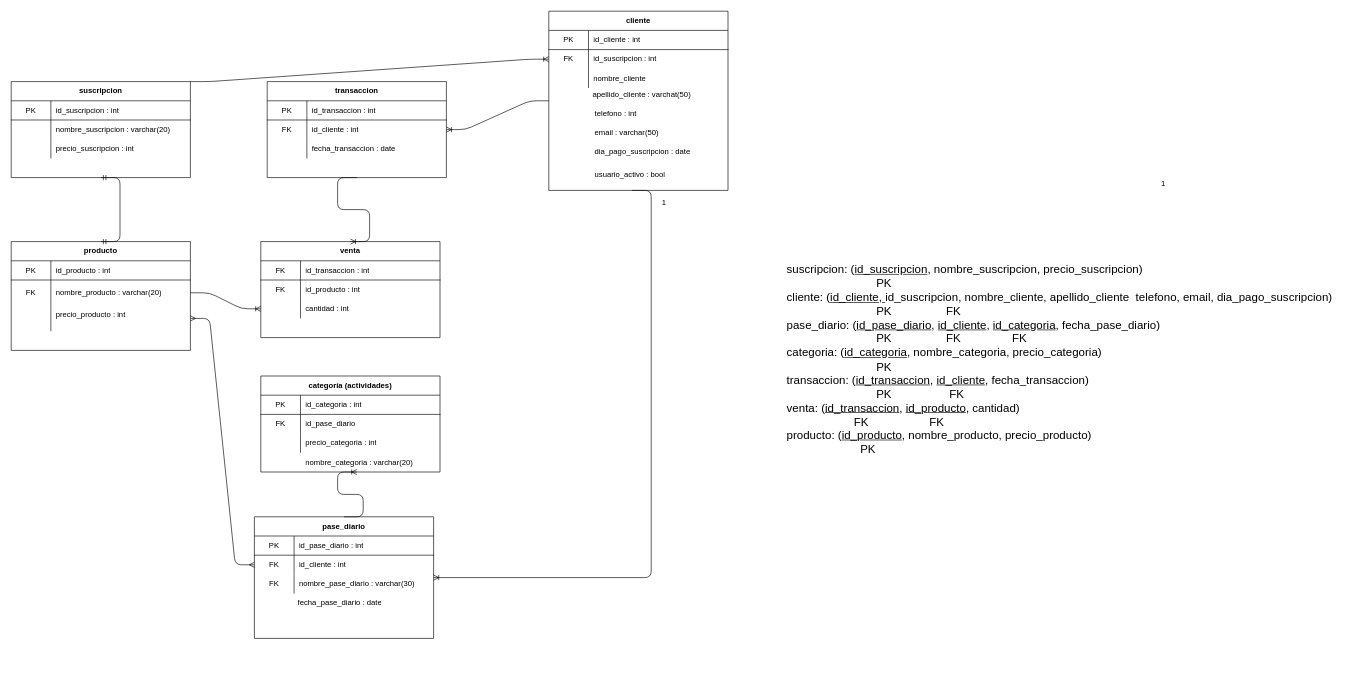
Before: Modelo relacional Grupo4.drawio in rtesga/Talento_grupo4, a draw.io diagram. Source tidied: cells renumbered, new cells numbered last; positions are measured from the earlier drawing's top-left corner, leaving out a move shared by most shapes. Both pictures are drawn from the tidied source at 64%, with x=0, y=0 at pixel (11, 11).
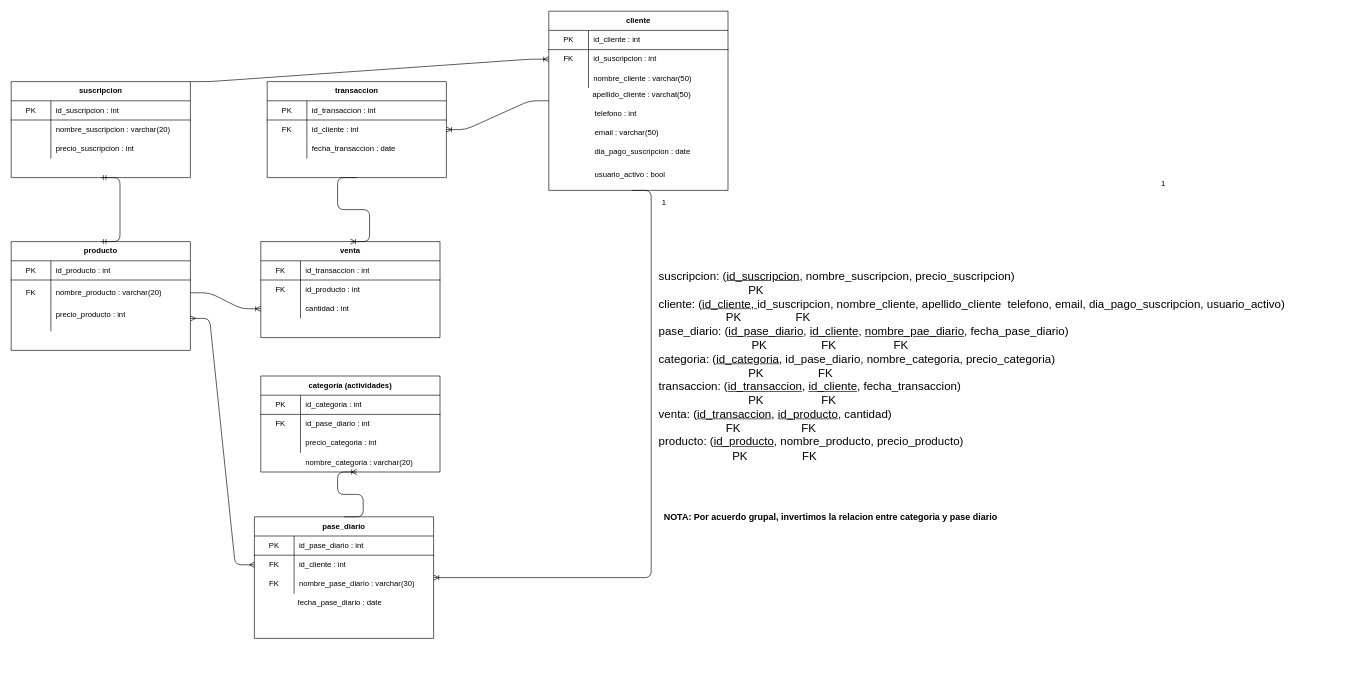
The same diagram, later.

Unchanged cells that the change refers to:
```xml
<mxCell id="22" style="shape=partialRectangle;html=1;whiteSpace=wrap;fillColor=none;top=0;left=0;bottom=0;right=0;" parent="15" vertex="1">
  <mxGeometry y="90" width="280" height="30" as="geometry" />
</mxCell>
<mxCell id="53" style="shape=partialRectangle;html=1;whiteSpace=wrap;fillColor=none;top=0;left=0;bottom=0;right=0;" parent="49" vertex="1">
  <mxGeometry y="60" width="280" height="30" as="geometry" />
</mxCell>
```

The edit, as a diff of the source:
```diff
@@
-    <mxCell id="24" value="nombre_cliente" style="shape=partialRectangle;html=1;whiteSpace=wrap;fillColor=none;top=0;left=0;bottom=0;right=0;align=left;spacingLeft=6;overflow=hidden;" parent="22" vertex="1">
+    <mxCell id="24" value="nombre_cliente : varchar(50)" style="shape=partialRectangle;html=1;whiteSpace=wrap;fillColor=none;top=0;left=0;bottom=0;right=0;align=left;spacingLeft=6;overflow=hidden;" parent="22" vertex="1">
       <mxGeometry x="62" width="218" height="30" as="geometry" />
     </mxCell>
@@
-    <mxCell id="55" value="id_pase_diario" style="shape=partialRectangle;html=1;whiteSpace=wrap;fillColor=none;top=0;left=0;bottom=0;right=0;align=left;spacingLeft=6;overflow=hidden;" parent="53" vertex="1">
+    <mxCell id="55" value="id_pase_diario : int" style="shape=partialRectangle;html=1;whiteSpace=wrap;fillColor=none;top=0;left=0;bottom=0;right=0;align=left;spacingLeft=6;overflow=hidden;" parent="53" vertex="1">
       <mxGeometry x="62" width="218" height="30" as="geometry" />
     </mxCell>
@@
-    <mxCell id="81" value="&lt;font style=&quot;font-size: 18px&quot;&gt;suscripcion: (&lt;u&gt;id_suscripcion&lt;/u&gt;, nombre_suscripcion, precio_suscripcion)&lt;br&gt;&amp;nbsp; &amp;nbsp; &amp;nbsp; &amp;nbsp; &amp;nbsp; &amp;nbsp; &amp;nbsp; &amp;nbsp; &amp;nbsp; &amp;nbsp; &amp;nbsp; &amp;nbsp; &amp;nbsp; &amp;nbsp; PK&lt;br&gt;cliente: (&lt;u&gt;id_cliente, &lt;/u&gt;id_suscripcion, nombre_cliente, apellido_cliente&amp;nbsp; telefono, email, dia_pago_suscripcion)&lt;br&gt;&amp;nbsp; &amp;nbsp; &amp;nbsp; &amp;nbsp; &amp;nbsp; &amp;nbsp; &amp;nbsp; &amp;nbsp; &amp;nbsp; &amp;nbsp; &amp;nbsp; &amp;nbsp; &amp;nbsp; &amp;nbsp; PK&amp;nbsp; &amp;nbsp; &amp;nbsp; &amp;nbsp; &amp;nbsp; &amp;nbsp; &amp;nbsp; &amp;nbsp; &amp;nbsp;FK&lt;br&gt;pase_diario: (&lt;u&gt;id_pase_diario&lt;/u&gt;, &lt;u&gt;id_cliente&lt;/u&gt;, &lt;u&gt;id_categoria&lt;/u&gt;, fecha_pase_diario)&lt;br&gt;&amp;nbsp; &amp;nbsp; &amp;nbsp; &amp;nbsp; &amp;nbsp; &amp;nbsp; &amp;nbsp; &amp;nbsp; &amp;nbsp; &amp;nbsp; &amp;nbsp; &amp;nbsp; &amp;nbsp; &amp;nbsp; PK&amp;nbsp; &amp;nbsp; &amp;nbsp; &amp;nbsp; &amp;nbsp; &amp;nbsp; &amp;nbsp; &amp;nbsp; &amp;nbsp;FK&amp;nbsp; &amp;nbsp; &amp;nbsp; &amp;nbsp; &amp;nbsp; &amp;nbsp; &amp;nbsp; &amp;nbsp; FK&lt;br&gt;categoria: (&lt;u&gt;id_categoria&lt;/u&gt;, nombre_categoria, precio_categoria)&lt;br&gt;&amp;nbsp; &amp;nbsp; &amp;nbsp; &amp;nbsp; &amp;nbsp; &amp;nbsp; &amp;nbsp; &amp;nbsp; &amp;nbsp; &amp;nbsp; &amp;nbsp; &amp;nbsp; &amp;nbsp; &amp;nbsp; PK&lt;br&gt;transaccion: (&lt;u&gt;id_transaccion&lt;/u&gt;, &lt;u&gt;id_cliente&lt;/u&gt;, fecha_transaccion)&lt;br&gt;&amp;nbsp; &amp;nbsp; &amp;nbsp; &amp;nbsp; &amp;nbsp; &amp;nbsp; &amp;nbsp; &amp;nbsp; &amp;nbsp; &amp;nbsp; &amp;nbsp; &amp;nbsp; &amp;nbsp; &amp;nbsp; PK&amp;nbsp; &amp;nbsp; &amp;nbsp; &amp;nbsp; &amp;nbsp; &amp;nbsp; &amp;nbsp; &amp;nbsp; &amp;nbsp; FK&lt;br&gt;venta: (&lt;u&gt;id_transaccion&lt;/u&gt;, &lt;u&gt;id_producto&lt;/u&gt;, cantidad)&lt;br&gt;&amp;nbsp; &amp;nbsp; &amp;nbsp; &amp;nbsp; &amp;nbsp; &amp;nbsp; &amp;nbsp; &amp;nbsp; &amp;nbsp; &amp;nbsp; &amp;nbsp;FK&amp;nbsp; &amp;nbsp; &amp;nbsp; &amp;nbsp; &amp;nbsp; &amp;nbsp; &amp;nbsp; &amp;nbsp; &amp;nbsp; &amp;nbsp;FK&lt;br&gt;producto: (&lt;u&gt;id_producto&lt;/u&gt;, nombre_producto, precio_producto)&lt;br&gt;&amp;nbsp; &amp;nbsp; &amp;nbsp; &amp;nbsp; &amp;nbsp; &amp;nbsp; &amp;nbsp; &amp;nbsp; &amp;nbsp; &amp;nbsp; &amp;nbsp; &amp;nbsp;PK&lt;br&gt;&lt;/font&gt;" style="text;html=1;strokeColor=none;fillColor=none;align=left;verticalAlign=middle;whiteSpace=wrap;rounded=0;" parent="1" vertex="1">
-      <mxGeometry x="1210" y="380" width="870" height="330" as="geometry" />
+    <mxCell id="81" value="&lt;font style=&quot;font-size: 18px&quot;&gt;suscripcion: (&lt;u&gt;id_suscripcion&lt;/u&gt;, nombre_suscripcion, precio_suscripcion)&lt;br&gt;&amp;nbsp; &amp;nbsp; &amp;nbsp; &amp;nbsp; &amp;nbsp; &amp;nbsp; &amp;nbsp; &amp;nbsp; &amp;nbsp; &amp;nbsp; &amp;nbsp; &amp;nbsp; &amp;nbsp; &amp;nbsp; PK&lt;br&gt;cliente: (&lt;u&gt;id_cliente, &lt;/u&gt;id_suscripcion, nombre_cliente, apellido_cliente&amp;nbsp; telefono, email, dia_pago_suscripcion, usuario_activo)&lt;br&gt;&amp;nbsp; &amp;nbsp; &amp;nbsp; &amp;nbsp; &amp;nbsp; &amp;nbsp; &amp;nbsp; &amp;nbsp; &amp;nbsp; &amp;nbsp; &amp;nbsp;PK&amp;nbsp; &amp;nbsp; &amp;nbsp; &amp;nbsp; &amp;nbsp; &amp;nbsp; &amp;nbsp; &amp;nbsp; &amp;nbsp;FK&lt;br&gt;pase_diario: (&lt;u&gt;id_pase_diario&lt;/u&gt;, &lt;u&gt;id_cliente&lt;/u&gt;, &lt;u&gt;nombre_pae_diario&lt;/u&gt;, fecha_pase_diario)&lt;br&gt;&amp;nbsp; &amp;nbsp; &amp;nbsp; &amp;nbsp; &amp;nbsp; &amp;nbsp; &amp;nbsp; &amp;nbsp; &amp;nbsp; &amp;nbsp; &amp;nbsp; &amp;nbsp; &amp;nbsp; &amp;nbsp; &amp;nbsp;PK&amp;nbsp; &amp;nbsp; &amp;nbsp; &amp;nbsp; &amp;nbsp; &amp;nbsp; &amp;nbsp; &amp;nbsp; &amp;nbsp;FK&amp;nbsp; &amp;nbsp; &amp;nbsp; &amp;nbsp; &amp;nbsp; &amp;nbsp; &amp;nbsp; &amp;nbsp; &amp;nbsp; FK&lt;br&gt;categoria: (&lt;u&gt;id_categoria&lt;/u&gt;, id_pase_diario, nombre_categoria, precio_categoria)&lt;br&gt;&amp;nbsp; &amp;nbsp; &amp;nbsp; &amp;nbsp; &amp;nbsp; &amp;nbsp; &amp;nbsp; &amp;nbsp; &amp;nbsp; &amp;nbsp; &amp;nbsp; &amp;nbsp; &amp;nbsp; &amp;nbsp; PK&amp;nbsp; &amp;nbsp; &amp;nbsp; &amp;nbsp; &amp;nbsp; &amp;nbsp; &amp;nbsp; &amp;nbsp; &amp;nbsp;FK&lt;br&gt;transaccion: (&lt;u&gt;id_transaccion&lt;/u&gt;, &lt;u&gt;id_cliente&lt;/u&gt;, fecha_transaccion)&lt;br&gt;&amp;nbsp; &amp;nbsp; &amp;nbsp; &amp;nbsp; &amp;nbsp; &amp;nbsp; &amp;nbsp; &amp;nbsp; &amp;nbsp; &amp;nbsp; &amp;nbsp; &amp;nbsp; &amp;nbsp; &amp;nbsp; PK&amp;nbsp; &amp;nbsp; &amp;nbsp; &amp;nbsp; &amp;nbsp; &amp;nbsp; &amp;nbsp; &amp;nbsp; &amp;nbsp; FK&lt;br&gt;venta: (&lt;u&gt;id_transaccion&lt;/u&gt;, &lt;u&gt;id_producto&lt;/u&gt;, cantidad)&lt;br&gt;&amp;nbsp; &amp;nbsp; &amp;nbsp; &amp;nbsp; &amp;nbsp; &amp;nbsp; &amp;nbsp; &amp;nbsp; &amp;nbsp; &amp;nbsp; &amp;nbsp;FK&amp;nbsp; &amp;nbsp; &amp;nbsp; &amp;nbsp; &amp;nbsp; &amp;nbsp; &amp;nbsp; &amp;nbsp; &amp;nbsp; &amp;nbsp;FK&lt;br&gt;producto: (&lt;u&gt;id_producto&lt;/u&gt;, nombre_producto, precio_producto)&lt;br&gt;&amp;nbsp; &amp;nbsp; &amp;nbsp; &amp;nbsp; &amp;nbsp; &amp;nbsp; &amp;nbsp; &amp;nbsp; &amp;nbsp; &amp;nbsp; &amp;nbsp; &amp;nbsp;PK&amp;nbsp; &amp;nbsp; &amp;nbsp; &amp;nbsp; &amp;nbsp; &amp;nbsp; &amp;nbsp; &amp;nbsp; &amp;nbsp;FK&lt;br&gt;&lt;/font&gt;" style="text;html=1;strokeColor=none;fillColor=none;align=left;verticalAlign=middle;whiteSpace=wrap;rounded=0;" parent="1" vertex="1">
+      <mxGeometry x="1010" y="390" width="990" height="330" as="geometry" />
     </mxCell>
@@
+    <mxCell id="95" value="&lt;font style=&quot;font-size: 14px&quot;&gt;&lt;b&gt;NOTA: Por acuerdo grupal, invertimos la relacion entre categoria y pase diario&lt;/b&gt;&lt;/font&gt;" style="text;html=1;align=center;verticalAlign=middle;" parent="1" vertex="1">
+      <mxGeometry x="1010" y="780" width="540" height="20" as="geometry" />
+    </mxCell>
```
